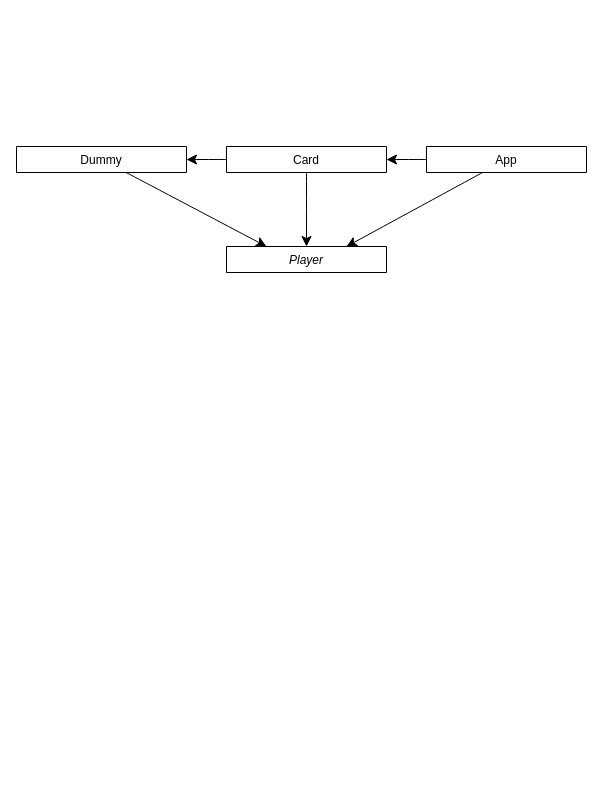
tlMark/files keeps this draw.io diagram as 언락2 클래스 다이어그램.drawio. Above is the earlier version. Source tidied: cells renumbered, new cells numbered last; positions are measured from the earlier drawing's top-left corner, leaving out a move shared by most shapes. Both pictures are drawn from the tidied source at 100%, with x=0, y=0 at pixel (16, 146).
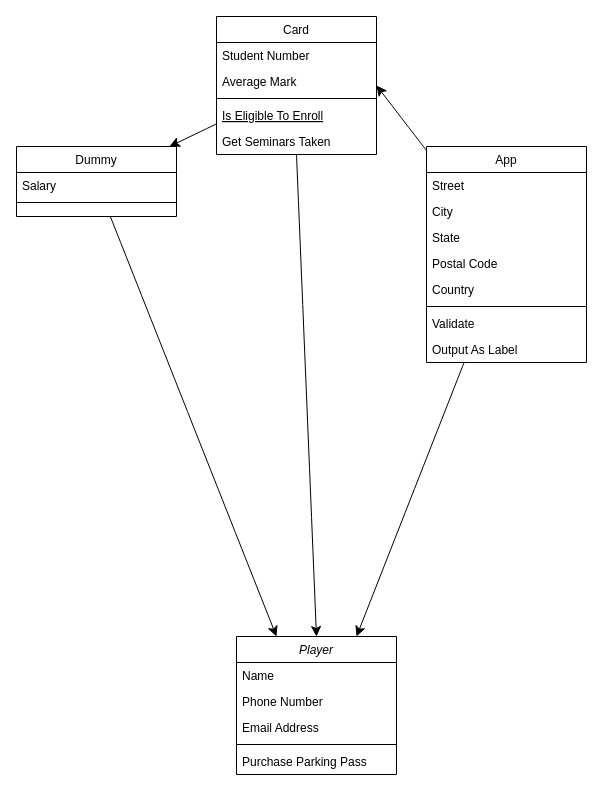
After the change.

Commit message:
언락2 클래스 다이어그램.drawio 업데이트

The edit, as a diff of the source:
```diff
@@
-    <mxCell id="2" value="Player" style="swimlane;fontStyle=2;align=center;verticalAlign=top;horizontal=1;startSize=26;rounded=0;shadow=0;strokeWidth=1;" parent="1" vertex="1" collapsed="1">
-      <mxGeometry x="210" y="100" width="160" height="26" as="geometry" />
+    <mxCell id="2" value="Player" style="swimlane;fontStyle=2;align=center;verticalAlign=top;horizontal=1;startSize=26;rounded=0;shadow=0;strokeWidth=1;" parent="1" vertex="1">
+      <mxGeometry x="220" y="490" width="160" height="138" as="geometry" />
     </mxCell>
+    <mxCell id="11" value="Name" style="text;align=left;verticalAlign=top;spacingLeft=4;spacingRight=4;overflow=hidden;" parent="2" vertex="1">
+      <mxGeometry y="26" width="160" height="26" as="geometry" />
+    </mxCell>
+    <mxCell id="12" value="Phone Number" style="text;align=left;verticalAlign=top;spacingLeft=4;spacingRight=4;overflow=hidden;rounded=0;shadow=0;html=0;" parent="2" vertex="1">
+      <mxGeometry y="52" width="160" height="26" as="geometry" />
+    </mxCell>
+    <mxCell id="13" value="Email Address" style="text;align=left;verticalAlign=top;spacingLeft=4;spacingRight=4;overflow=hidden;rounded=0;shadow=0;html=0;" parent="2" vertex="1">
+      <mxGeometry y="78" width="160" height="26" as="geometry" />
+    </mxCell>
+    <mxCell id="14" style="line;html=1;strokeWidth=1;align=left;verticalAlign=middle;spacingTop=-1;spacingLeft=3;spacingRight=3;labelPosition=right;" parent="2" vertex="1">
+      <mxGeometry y="104" width="160" height="8" as="geometry" />
+    </mxCell>
+    <mxCell id="15" value="Purchase Parking Pass" style="text;align=left;verticalAlign=top;spacingLeft=4;spacingRight=4;overflow=hidden;" parent="2" vertex="1">
+      <mxGeometry y="112" width="160" height="26" as="geometry" />
+    </mxCell>
@@
-    <mxCell id="5" value="Card" style="swimlane;fontStyle=0;align=center;verticalAlign=top;horizontal=1;startSize=26;rounded=0;shadow=0;strokeWidth=1;" parent="1" vertex="1" collapsed="1">
-      <mxGeometry x="210" width="160" height="26" as="geometry" />
+    <mxCell id="5" value="Card" style="swimlane;fontStyle=0;align=center;verticalAlign=top;horizontal=1;startSize=26;rounded=0;shadow=0;strokeWidth=1;" parent="1" vertex="1">
+      <mxGeometry x="200" y="-130" width="160" height="138" as="geometry" />
     </mxCell>
+    <mxCell id="16" value="Student Number" style="text;align=left;verticalAlign=top;spacingLeft=4;spacingRight=4;overflow=hidden;" parent="5" vertex="1">
+      <mxGeometry y="26" width="160" height="26" as="geometry" />
+    </mxCell>
+    <mxCell id="17" value="Average Mark" style="text;align=left;verticalAlign=top;spacingLeft=4;spacingRight=4;overflow=hidden;rounded=0;shadow=0;html=0;" parent="5" vertex="1">
+      <mxGeometry y="52" width="160" height="26" as="geometry" />
+    </mxCell>
+    <mxCell id="18" style="line;html=1;strokeWidth=1;align=left;verticalAlign=middle;spacingTop=-1;spacingLeft=3;spacingRight=3;labelPosition=right;" parent="5" vertex="1">
+      <mxGeometry y="78" width="160" height="8" as="geometry" />
+    </mxCell>
+    <mxCell id="19" value="Is Eligible To Enroll" style="text;align=left;verticalAlign=top;spacingLeft=4;spacingRight=4;overflow=hidden;fontStyle=4;" parent="5" vertex="1">
+      <mxGeometry y="86" width="160" height="26" as="geometry" />
+    </mxCell>
+    <mxCell id="20" value="Get Seminars Taken" style="text;align=left;verticalAlign=top;spacingLeft=4;spacingRight=4;overflow=hidden;" parent="5" vertex="1">
+      <mxGeometry y="112" width="160" height="26" as="geometry" />
+    </mxCell>
@@
-    <mxCell id="7" value="Dummy" style="swimlane;fontStyle=0;align=center;verticalAlign=top;horizontal=1;startSize=26;rounded=0;shadow=0;strokeWidth=1;" parent="1" vertex="1" collapsed="1">
-      <mxGeometry width="170" height="26" as="geometry" />
+    <mxCell id="7" value="Dummy" style="swimlane;fontStyle=0;align=center;verticalAlign=top;horizontal=1;startSize=26;rounded=0;shadow=0;strokeWidth=1;" parent="1" vertex="1">
+      <mxGeometry width="160" height="70" as="geometry" />
     </mxCell>
+    <mxCell id="21" value="Salary" style="text;align=left;verticalAlign=top;spacingLeft=4;spacingRight=4;overflow=hidden;" parent="7" vertex="1">
+      <mxGeometry y="26" width="160" height="26" as="geometry" />
+    </mxCell>
+    <mxCell id="22" style="line;html=1;strokeWidth=1;align=left;verticalAlign=middle;spacingTop=-1;spacingLeft=3;spacingRight=3;labelPosition=right;" parent="7" vertex="1">
+      <mxGeometry y="52" width="160" height="8" as="geometry" />
+    </mxCell>
@@
-    <mxCell id="10" value="App" style="swimlane;fontStyle=0;align=center;verticalAlign=top;horizontal=1;startSize=26;rounded=0;shadow=0;strokeWidth=1;" parent="1" vertex="1" collapsed="1">
-      <mxGeometry x="410" width="160" height="26" as="geometry" />
+    <mxCell id="10" value="App" style="swimlane;fontStyle=0;align=center;verticalAlign=top;horizontal=1;startSize=26;rounded=0;shadow=0;strokeWidth=1;" parent="1" vertex="1">
+      <mxGeometry x="410" width="160" height="216" as="geometry" />
     </mxCell>
+    <mxCell id="23" value="Street" style="text;align=left;verticalAlign=top;spacingLeft=4;spacingRight=4;overflow=hidden;" parent="10" vertex="1">
+      <mxGeometry y="26" width="160" height="26" as="geometry" />
+    </mxCell>
+    <mxCell id="24" value="City" style="text;align=left;verticalAlign=top;spacingLeft=4;spacingRight=4;overflow=hidden;rounded=0;shadow=0;html=0;" parent="10" vertex="1">
+      <mxGeometry y="52" width="160" height="26" as="geometry" />
+    </mxCell>
+    <mxCell id="25" value="State" style="text;align=left;verticalAlign=top;spacingLeft=4;spacingRight=4;overflow=hidden;rounded=0;shadow=0;html=0;" parent="10" vertex="1">
+      <mxGeometry y="78" width="160" height="26" as="geometry" />
+    </mxCell>
+    <mxCell id="26" value="Postal Code" style="text;align=left;verticalAlign=top;spacingLeft=4;spacingRight=4;overflow=hidden;rounded=0;shadow=0;html=0;" parent="10" vertex="1">
+      <mxGeometry y="104" width="160" height="26" as="geometry" />
+    </mxCell>
+    <mxCell id="27" value="Country" style="text;align=left;verticalAlign=top;spacingLeft=4;spacingRight=4;overflow=hidden;rounded=0;shadow=0;html=0;" parent="10" vertex="1">
+      <mxGeometry y="130" width="160" height="26" as="geometry" />
+    </mxCell>
+    <mxCell id="28" style="line;html=1;strokeWidth=1;align=left;verticalAlign=middle;spacingTop=-1;spacingLeft=3;spacingRight=3;labelPosition=right;" parent="10" vertex="1">
+      <mxGeometry y="156" width="160" height="8" as="geometry" />
+    </mxCell>
+    <mxCell id="29" value="Validate" style="text;align=left;verticalAlign=top;spacingLeft=4;spacingRight=4;overflow=hidden;" parent="10" vertex="1">
+      <mxGeometry y="164" width="160" height="26" as="geometry" />
+    </mxCell>
+    <mxCell id="30" value="Output As Label" style="text;align=left;verticalAlign=top;spacingLeft=4;spacingRight=4;overflow=hidden;" parent="10" vertex="1">
+      <mxGeometry y="190" width="160" height="26" as="geometry" />
+    </mxCell>
```
